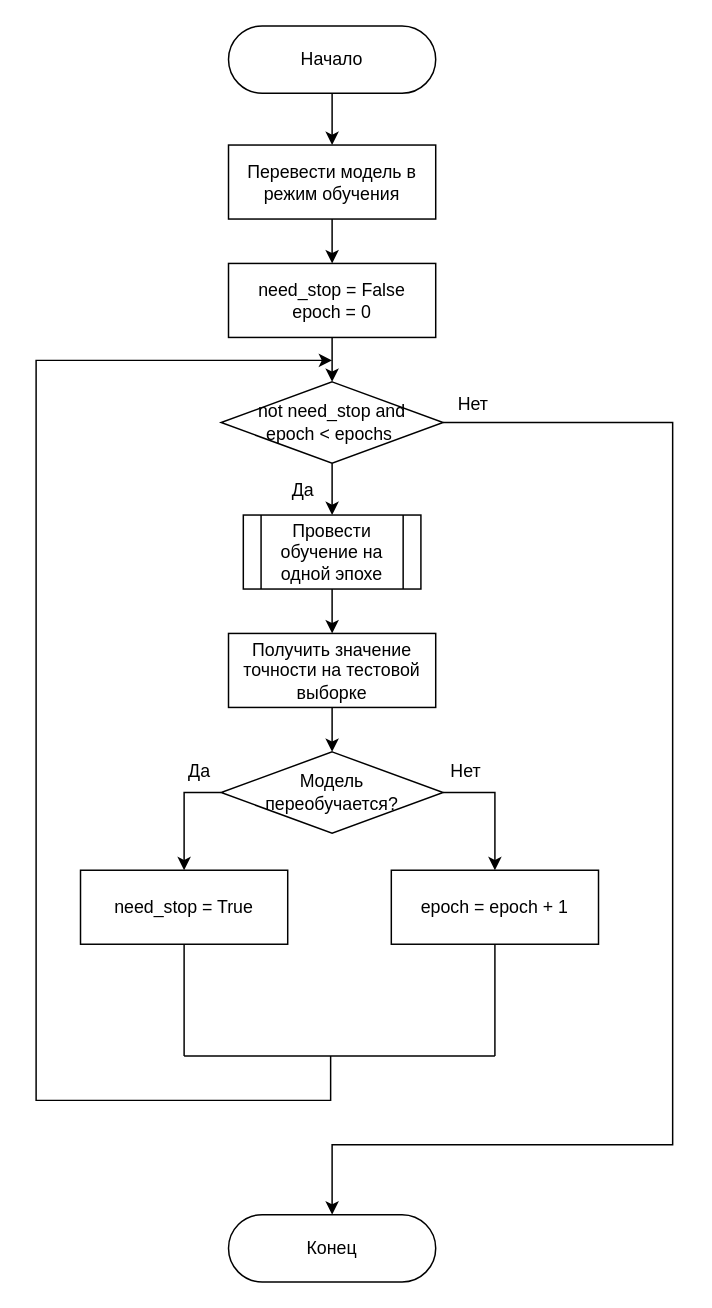
This is page "Page-2" (1 of 2) of report/inc/img/training_schemes.drawio from maxerMU/bachelor_diploma, a draw.io file, before an edit. Source tidied: cells renumbered, new cells numbered last; positions are measured from the earlier drawing's top-left corner, leaving out a move shared by most shapes. Both pictures are drawn from the tidied source at 148%, with x=0, y=0 at pixel (36, 25).
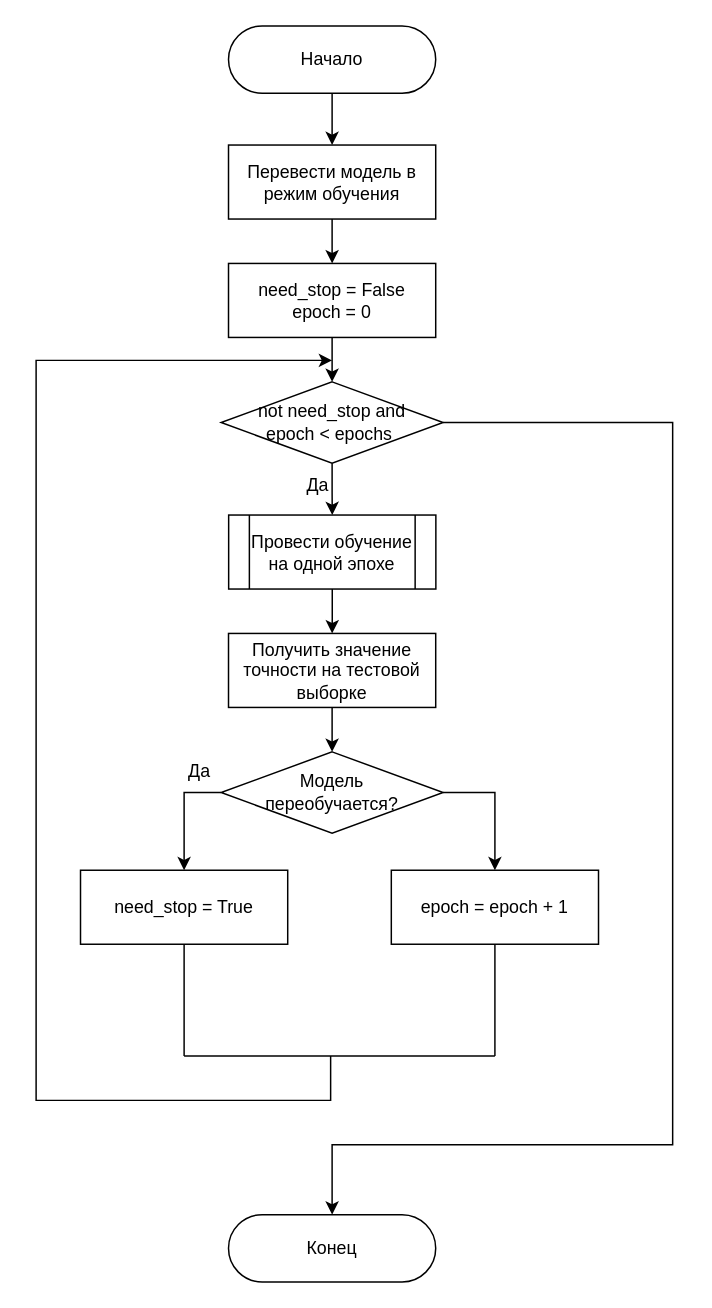
After the change.

Diff of the diagram source:
```diff
@@
     <mxCell id="9" value="Провести обучение на одной эпохе" style="shape=process;whiteSpace=wrap;html=1;backgroundOutline=1;" parent="1" vertex="1">
-      <mxGeometry x="139.9" y="330.5" width="120" height="50" as="geometry" />
+      <mxGeometry x="130" y="330.5" width="140" height="50" as="geometry" />
     </mxCell>
     <mxCell id="10" value="Да" style="text;html=1;align=center;verticalAlign=middle;strokeColor=none;fillColor=none;" parent="1" vertex="1">
-      <mxGeometry x="159.9" y="298.5" width="40" height="30" as="geometry" />
+      <mxGeometry x="170" y="295.5" width="40" height="30" as="geometry" />
     </mxCell>
@@
-    <mxCell id="19" value="Нет" style="text;html=1;align=center;verticalAlign=middle;strokeColor=none;fillColor=none;" parent="1" vertex="1">
-      <mxGeometry x="269.9" y="488.5" width="40" height="30" as="geometry" />
-    </mxCell>
@@
-    <mxCell id="24" value="Нет" style="text;html=1;align=center;verticalAlign=middle;strokeColor=none;fillColor=none;" parent="1" vertex="1">
-      <mxGeometry x="274.9" y="240.5" width="40" height="30" as="geometry" />
-    </mxCell>
```
